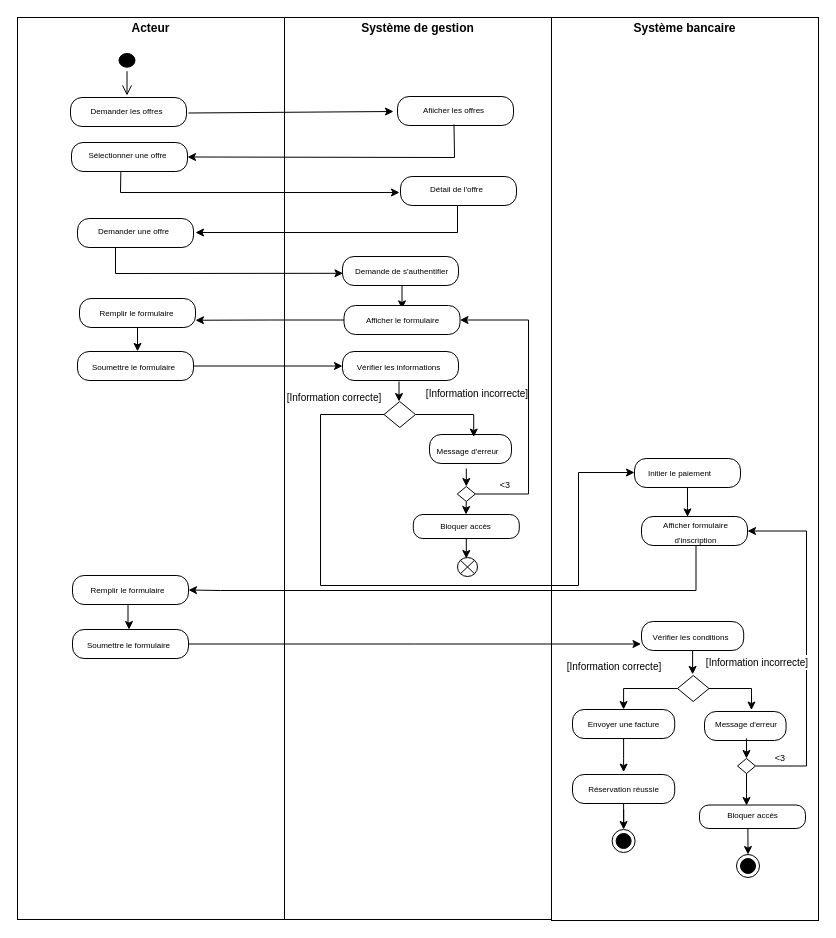
The draw.io diagram activity1.drawio in louis-fresnel99/TpGasaL1, before the edit. Source tidied: cells renumbered, new cells numbered last; positions are measured from the earlier drawing's top-left corner, leaving out a move shared by most shapes. Both pictures are drawn from the tidied source at 100%, with x=0, y=0 at pixel (17, 17).
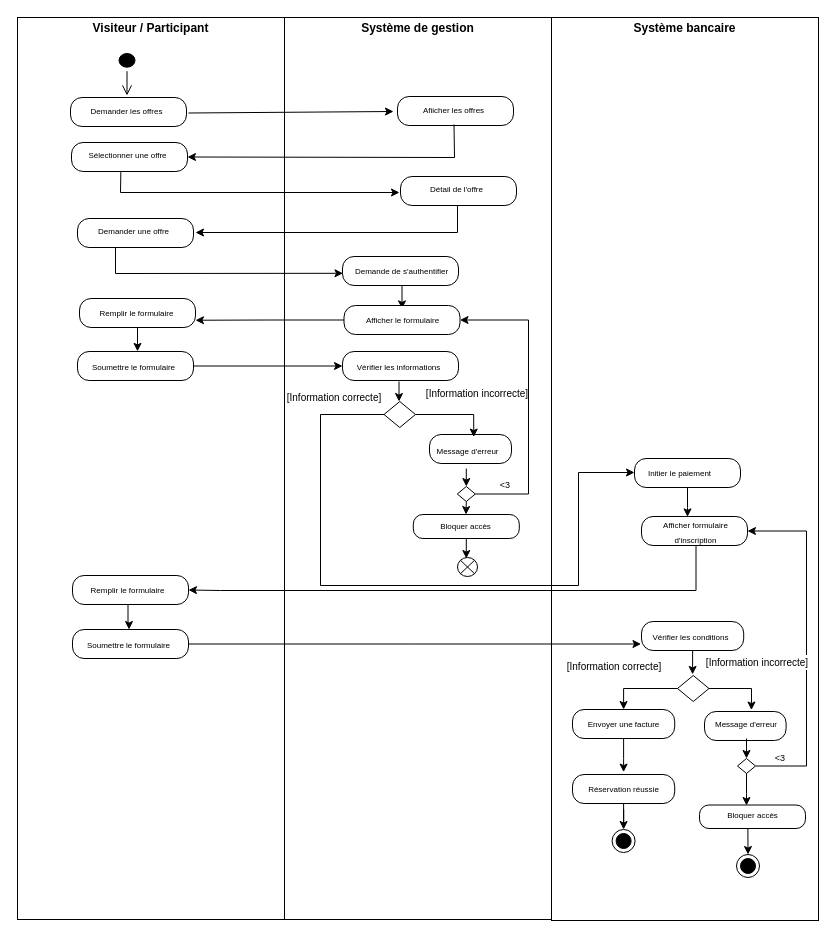
After the change.

Commit message:
Mettre à jour activity1.drawio

The edit, as a diff of the source:
```diff
@@
-    <mxCell id="3" value="&lt;p style=&quot;margin:0px;margin-top:4px;text-align:center;&quot;&gt;&lt;b&gt;Acteur&lt;/b&gt;&lt;/p&gt;" style="verticalAlign=top;align=left;overflow=fill;html=1;whiteSpace=wrap;" parent="1" vertex="1">
+    <mxCell id="3" value="&lt;p style=&quot;margin:0px;margin-top:4px;text-align:center;&quot;&gt;&lt;b&gt;Visiteur / Participant&lt;/b&gt;&lt;/p&gt;" style="verticalAlign=top;align=left;overflow=fill;html=1;whiteSpace=wrap;" parent="1" vertex="1">
       <mxGeometry width="267" height="902" as="geometry" />
     </mxCell>
```
